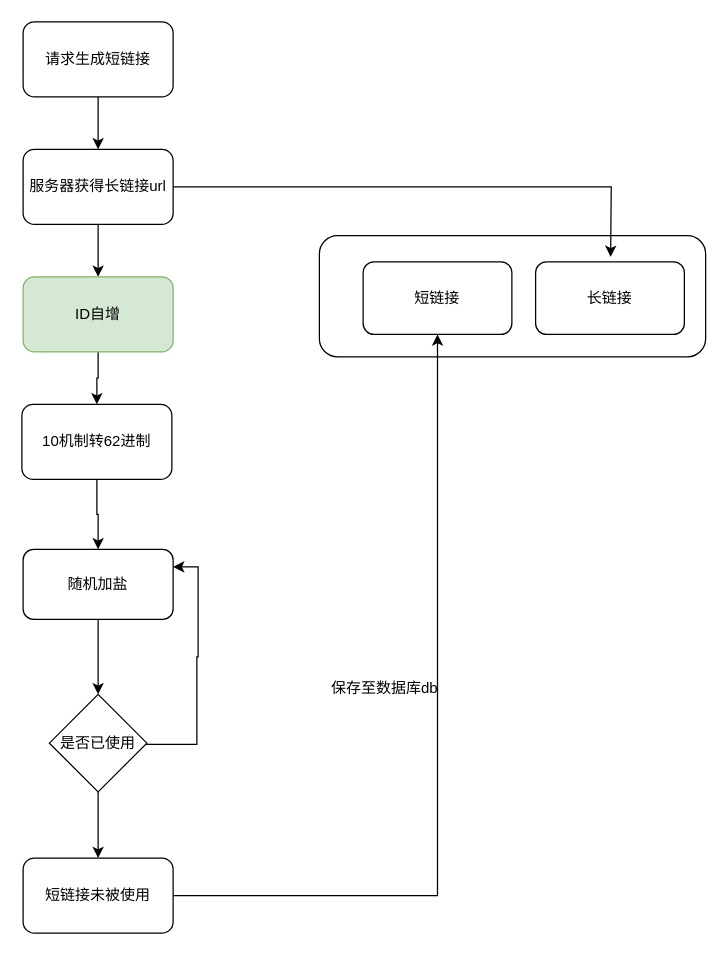
This is page "短链接生成" (4 of 10) of shorturl.drawio from leechliao/drawio, a draw.io file, before an edit. Source tidied: cells renumbered, new cells numbered last; positions are measured from the earlier drawing's top-left corner, leaving out a move shared by most shapes. Both pictures are drawn from the tidied source at 125%, with x=0, y=0 at pixel (21, 21).
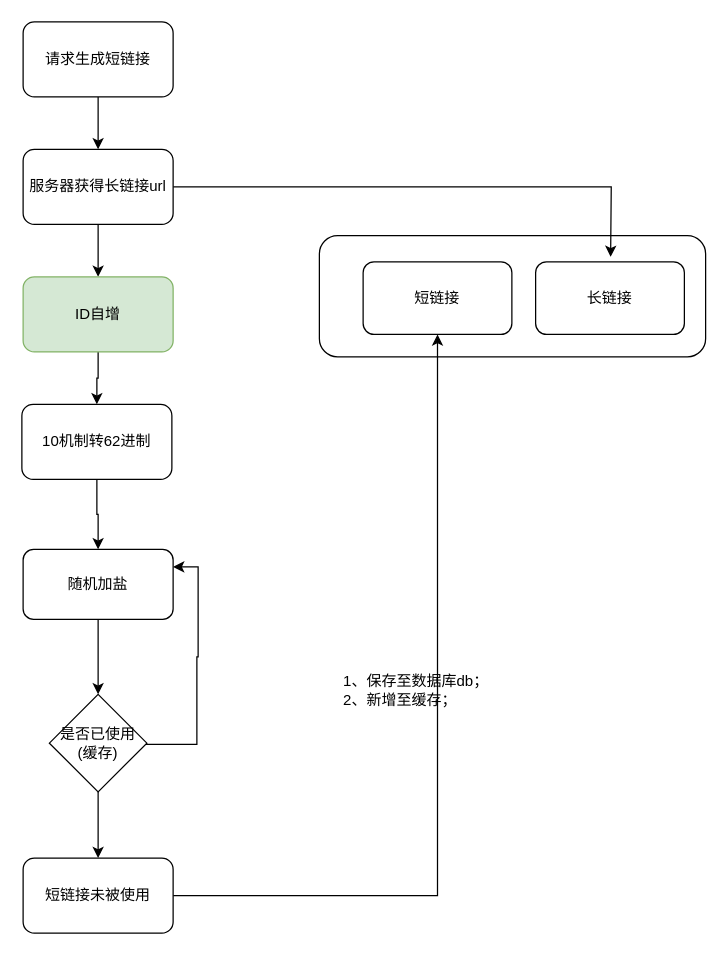
After the change.

What changed in the source:
```diff
@@
-    <mxCell id="15" value="保存至数据库db" style="text;html=1;strokeColor=none;fillColor=none;align=center;verticalAlign=middle;whiteSpace=wrap;rounded=0;" parent="1" vertex="1">
-      <mxGeometry x="233" y="515" width="115" height="35" as="geometry" />
+    <mxCell id="15" value="1、保存至数据库db；&lt;br&gt;&lt;div style=&quot;text-align: left&quot;&gt;&lt;span&gt;2、新增至缓存；&lt;/span&gt;&lt;/div&gt;" style="text;html=1;strokeColor=none;fillColor=none;align=center;verticalAlign=middle;whiteSpace=wrap;rounded=0;" parent="1" vertex="1">
+      <mxGeometry x="233" y="515" width="165" height="39" as="geometry" />
     </mxCell>
@@
-    <mxCell id="20" value="是否已使用" style="rhombus;whiteSpace=wrap;html=1;" parent="1" vertex="1">
+    <mxCell id="20" value="是否已使用&lt;br&gt;(缓存)" style="rhombus;whiteSpace=wrap;html=1;" parent="1" vertex="1">
       <mxGeometry x="22" y="538" width="78" height="78" as="geometry" />
     </mxCell>
```
